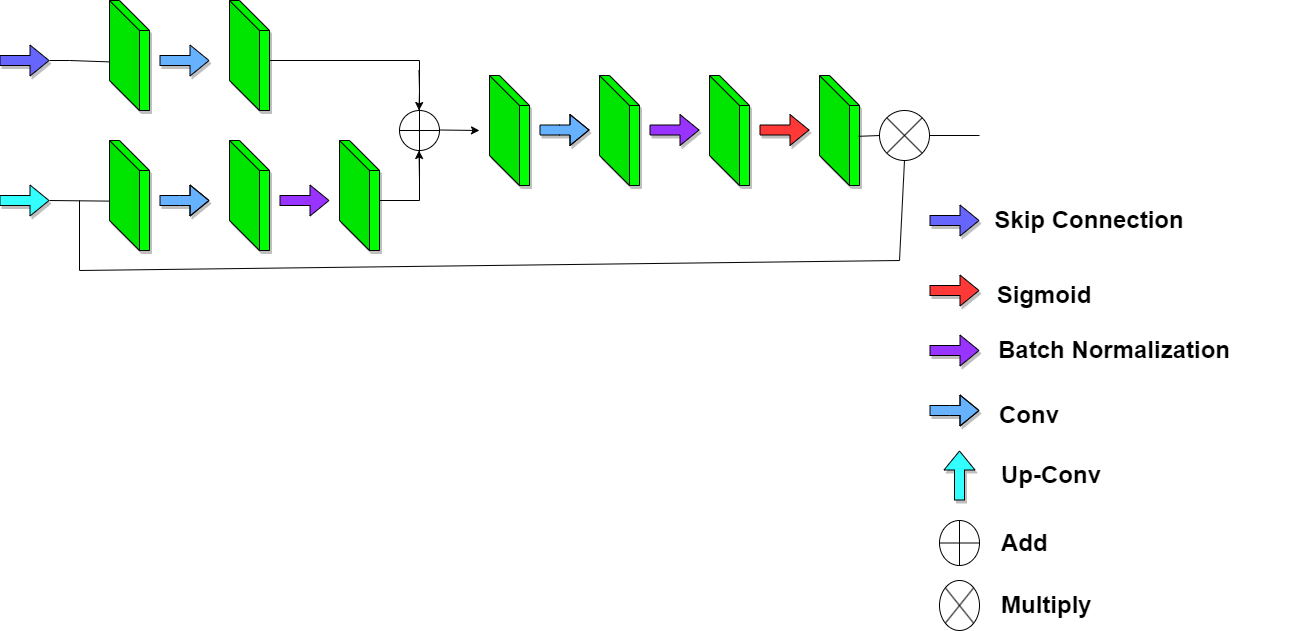
Before: Untitled Diagram.drawio.png, a diagram exported from draw.io (AnayPanja/demo_drawing_at_draw.io). Source tidied: cells renumbered, new cells last; positions are measured from the earlier drawing's top-left corner, leaving out a move shared by most shapes.
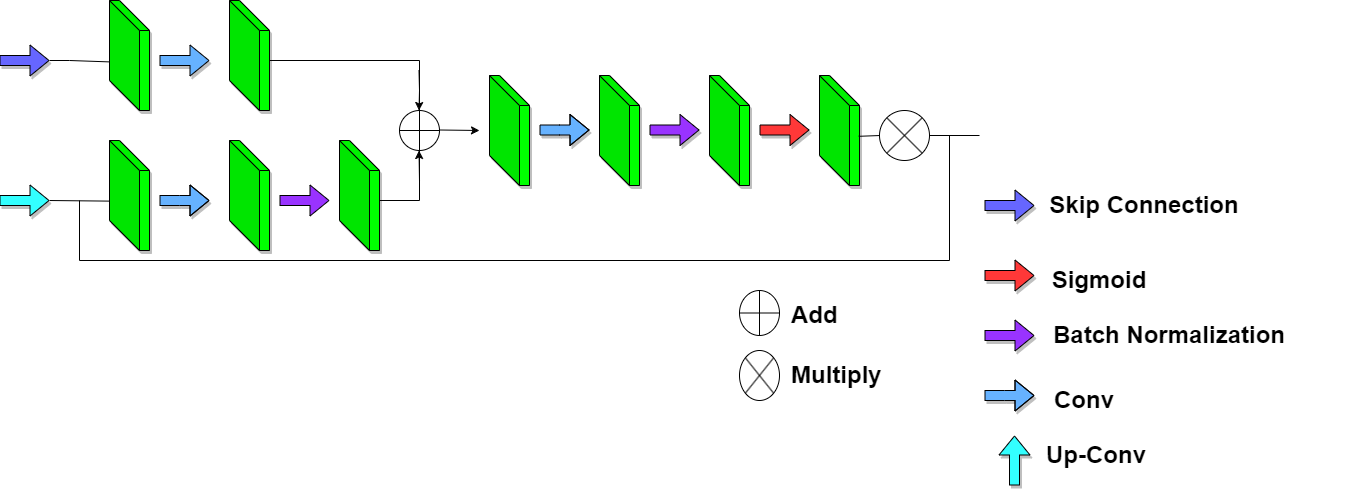
Later version of the same file.

Diff of the diagram source:
```diff
@@ -153,19 +153,20 @@
     </mxCell>
     <mxCell id="31" style="endArrow=none;html=1;rounded=0;" parent="1" edge="1">
       <mxGeometry relative="1" as="geometry">
-        <mxPoint x="80" y="270" as="sourcePoint" />
+        <mxPoint x="80" y="260" as="sourcePoint" />
         <mxPoint x="80" y="200" as="targetPoint" />
       </mxGeometry>
     </mxCell>
     <mxCell id="32" style="endArrow=none;html=1;rounded=0;" parent="1" edge="1">
       <mxGeometry relative="1" as="geometry">
-        <mxPoint x="80" y="270" as="sourcePoint" />
-        <mxPoint x="900" y="260" as="targetPoint" />
+        <mxPoint x="80" y="260" as="sourcePoint" />
+        <mxPoint x="950" y="260" as="targetPoint" />
       </mxGeometry>
     </mxCell>
-    <mxCell id="33" style="endArrow=none;html=1;rounded=0;entryX=0.5;entryY=1;entryDx=0;entryDy=0;" parent="1" edge="1" target="27">
+    <mxCell id="33" style="endArrow=none;html=1;rounded=0;" parent="1" edge="1">
       <mxGeometry relative="1" as="geometry">
-        <mxPoint x="900" y="260" as="sourcePoint" />
+        <mxPoint x="950" y="260" as="sourcePoint" />
+        <mxPoint x="950" y="135" as="targetPoint" />
       </mxGeometry>
     </mxCell>
     <mxCell id="34" style="endArrow=none;html=1;rounded=0;exitX=1;exitY=0.5;exitDx=0;exitDy=0;" parent="1" edge="1" source="27">
@@ -175,63 +176,63 @@
     </mxCell>
     <mxCell id="35" style="shape=flexArrow;endArrow=classic;html=1;rounded=0;fillColor=#6666FF;shadow=1;" parent="1" edge="1">
       <mxGeometry relative="1" as="geometry">
-        <mxPoint x="930" y="220" as="sourcePoint" />
-        <mxPoint x="980" y="220" as="targetPoint" />
+        <mxPoint x="985" y="205" as="sourcePoint" />
+        <mxPoint x="1035" y="205" as="targetPoint" />
       </mxGeometry>
     </mxCell>
     <mxCell id="36" style="shape=flexArrow;endArrow=classic;html=1;rounded=0;fillColor=#FF3838;shadow=1;" parent="1" edge="1">
       <mxGeometry relative="1" as="geometry">
-        <mxPoint x="930" y="290" as="sourcePoint" />
-        <mxPoint x="980" y="290" as="targetPoint" />
+        <mxPoint x="985" y="275" as="sourcePoint" />
+        <mxPoint x="1035" y="275" as="targetPoint" />
       </mxGeometry>
     </mxCell>
     <mxCell id="37" style="shape=flexArrow;endArrow=classic;html=1;rounded=0;fillColor=#9933FF;shadow=1;" parent="1" edge="1">
       <mxGeometry relative="1" as="geometry">
-        <mxPoint x="930" y="350" as="sourcePoint" />
-        <mxPoint x="980" y="350" as="targetPoint" />
+        <mxPoint x="985" y="335" as="sourcePoint" />
+        <mxPoint x="1035" y="335" as="targetPoint" />
       </mxGeometry>
     </mxCell>
     <mxCell id="38" style="shape=flexArrow;endArrow=classic;html=1;rounded=0;fillColor=#66B2FF;shadow=1;" parent="1" edge="1">
       <mxGeometry relative="1" as="geometry">
-        <mxPoint x="930" y="410" as="sourcePoint" />
-        <mxPoint x="980" y="410" as="targetPoint" />
+        <mxPoint x="985" y="395" as="sourcePoint" />
+        <mxPoint x="1035" y="395" as="targetPoint" />
         <Array as="points">
-          <mxPoint x="950" y="410" />
+          <mxPoint x="1005" y="395" />
         </Array>
       </mxGeometry>
     </mxCell>
     <mxCell id="39" style="shape=flexArrow;endArrow=classic;html=1;rounded=0;fillColor=#33FFFF;shadow=1;" parent="1" edge="1">
       <mxGeometry relative="1" as="geometry">
-        <mxPoint x="960" y="500" as="sourcePoint" />
-        <mxPoint x="960" y="450" as="targetPoint" />
+        <mxPoint x="1015" y="485" as="sourcePoint" />
+        <mxPoint x="1015" y="435" as="targetPoint" />
       </mxGeometry>
     </mxCell>
     <mxCell id="40" value="&lt;font style=&quot;font-size: 24px;&quot;&gt;&lt;b&gt;Skip Connection&lt;/b&gt;&lt;/font&gt;" style="text;strokeColor=none;align=center;fillColor=none;html=1;verticalAlign=middle;whiteSpace=wrap;rounded=0;" parent="1" vertex="1">
-      <mxGeometry x="990" y="200" width="200" height="40" as="geometry" />
+      <mxGeometry x="1045" y="185" width="200" height="40" as="geometry" />
     </mxCell>
     <mxCell id="41" value="&lt;font style=&quot;font-size: 24px;&quot;&gt;&lt;b&gt;Sigmoid&lt;/b&gt;&lt;/font&gt;" style="text;strokeColor=none;align=center;fillColor=none;html=1;verticalAlign=middle;whiteSpace=wrap;rounded=0;" parent="1" vertex="1">
-      <mxGeometry x="1000" y="260" width="90" height="70" as="geometry" />
+      <mxGeometry x="1055" y="245" width="90" height="70" as="geometry" />
     </mxCell>
     <mxCell id="42" value="&lt;font style=&quot;font-size: 24px;&quot;&gt;&lt;b&gt;Batch Normalization&lt;/b&gt;&lt;/font&gt;" style="text;strokeColor=none;align=center;fillColor=none;html=1;verticalAlign=middle;whiteSpace=wrap;rounded=0;" parent="1" vertex="1">
-      <mxGeometry x="990" y="310" width="250" height="80" as="geometry" />
+      <mxGeometry x="1045" y="295" width="250" height="80" as="geometry" />
     </mxCell>
     <mxCell id="43" value="&lt;font style=&quot;font-size: 24px;&quot;&gt;&lt;b&gt;Conv&lt;/b&gt;&lt;/font&gt;" style="text;strokeColor=none;align=center;fillColor=none;html=1;verticalAlign=middle;whiteSpace=wrap;rounded=0;" parent="1" vertex="1">
-      <mxGeometry x="1000" y="390" width="60" height="50" as="geometry" />
+      <mxGeometry x="1055" y="375" width="60" height="50" as="geometry" />
     </mxCell>
     <mxCell id="44" value="&lt;font style=&quot;font-size: 24px;&quot;&gt;&lt;b&gt;Up-Conv&lt;/b&gt;&lt;/font&gt;" style="text;strokeColor=none;align=left;fillColor=none;html=1;verticalAlign=middle;whiteSpace=wrap;rounded=0;" parent="1" vertex="1">
-      <mxGeometry x="1000" y="460" width="300" height="30" as="geometry" />
+      <mxGeometry x="1045" y="440" width="300" height="30" as="geometry" />
     </mxCell>
     <mxCell id="45" style="shape=sumEllipse;perimeter=ellipsePerimeter;whiteSpace=wrap;html=1;backgroundOutline=1;" parent="1" vertex="1">
-      <mxGeometry x="940" y="580" width="40" height="50" as="geometry" />
+      <mxGeometry x="740" y="350" width="40" height="50" as="geometry" />
     </mxCell>
     <mxCell id="46" style="shape=orEllipse;perimeter=ellipsePerimeter;whiteSpace=wrap;html=1;backgroundOutline=1;" parent="1" vertex="1">
-      <mxGeometry x="940" y="520" width="40" height="45" as="geometry" />
+      <mxGeometry x="740" y="290" width="40" height="45" as="geometry" />
     </mxCell>
     <mxCell id="47" value="&lt;font style=&quot;font-size: 24px;&quot;&gt;&lt;b&gt;Add&lt;/b&gt;&lt;/font&gt;" style="text;strokeColor=none;align=left;fillColor=none;html=1;verticalAlign=middle;whiteSpace=wrap;rounded=0;" parent="1" vertex="1">
-      <mxGeometry x="1000" y="527.5" width="180" height="30" as="geometry" />
+      <mxGeometry x="790" y="300" width="180" height="30" as="geometry" />
     </mxCell>
     <mxCell id="48" value="&lt;font style=&quot;font-size: 24px;&quot;&gt;&lt;b&gt;Multiply&lt;/b&gt;&lt;/font&gt;" style="text;strokeColor=none;align=left;fillColor=none;html=1;verticalAlign=middle;whiteSpace=wrap;rounded=0;" parent="1" vertex="1">
-      <mxGeometry x="1000" y="590" width="180" height="30" as="geometry" />
+      <mxGeometry x="790" y="360" width="180" height="30" as="geometry" />
     </mxCell>
   </root>
 </mxGraphModel>
```
